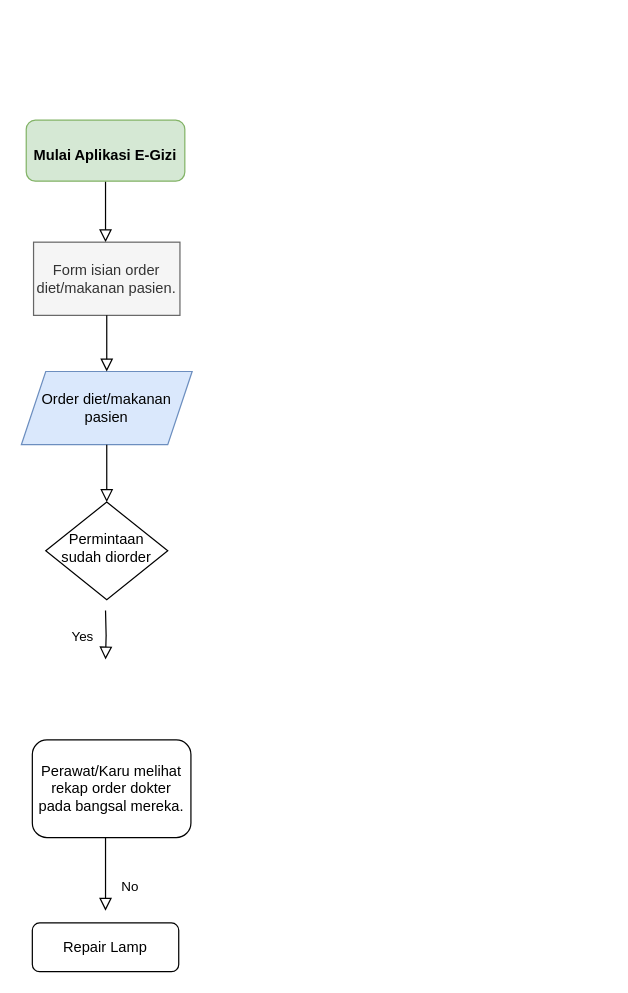
Before: Untitled Diagram.drawio in YogaAPSY/blog, a draw.io diagram. Source tidied: cells renumbered, new cells numbered last; positions are measured from the earlier drawing's top-left corner, leaving out a move shared by most shapes. Both pictures are drawn from the tidied source at 122%, with x=0, y=0 at pixel (21, 120).
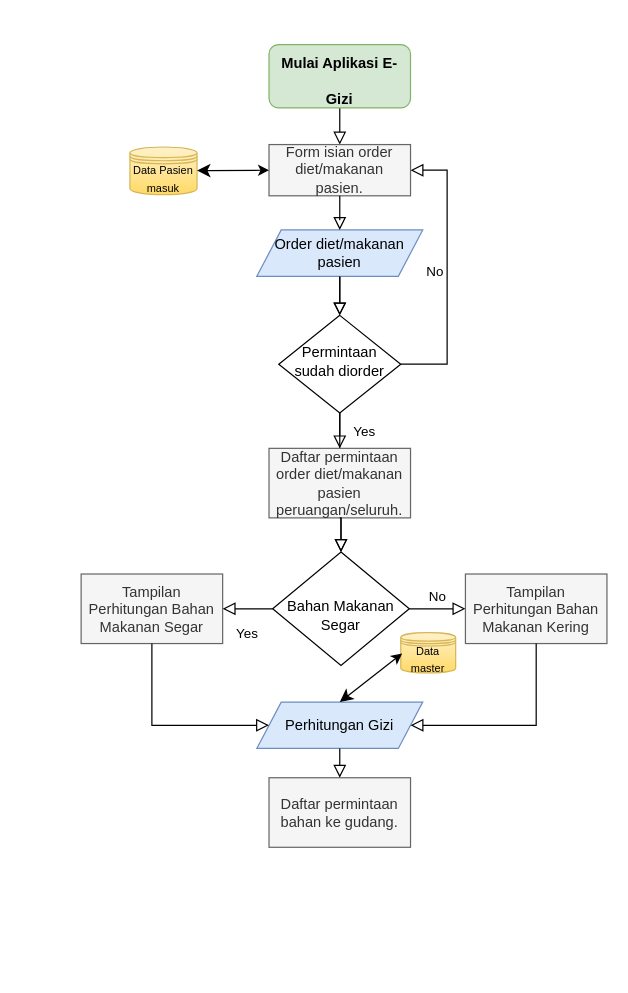
Above is the later version.

Change to the diagram source:
```diff
@@
-    <mxCell id="2" style="rounded=0;html=1;jettySize=auto;fontSize=11;endArrow=block;endFill=0;endSize=8;strokeWidth=1;shadow=0;labelBackgroundColor=none;edgeStyle=orthogonalEdgeStyle;exitX=0.5;exitY=1;exitDx=0;exitDy=0;" parent="1" edge="1" source="3">
-      <mxGeometry relative="1" as="geometry">
-        <mxPoint x="69" y="100" as="targetPoint" />
-      </mxGeometry>
+    <mxCell id="2" style="rounded=0;html=1;jettySize=auto;fontSize=11;endArrow=block;endFill=0;endSize=8;strokeWidth=1;shadow=0;labelBackgroundColor=none;edgeStyle=orthogonalEdgeStyle;exitX=0.5;exitY=1;exitDx=0;exitDy=0;entryX=0.5;entryY=0;entryDx=0;entryDy=0;" parent="1" edge="1" source="3" target="9">
+      <mxGeometry relative="1" as="geometry" />
     </mxCell>
     <mxCell id="3" value="&lt;h1&gt;&lt;font style=&quot;font-size: 12px&quot;&gt;Mulai Aplikasi E-Gizi&lt;/font&gt;&lt;/h1&gt;" style="rounded=1;whiteSpace=wrap;html=1;fontSize=12;glass=0;strokeWidth=1;shadow=0;fillColor=#d5e8d4;fontStyle=1;strokeColor=#82b366;" parent="1" vertex="1">
-      <mxGeometry x="4" width="130" height="50" as="geometry" />
+      <mxGeometry x="203" y="-62" width="116" height="52" as="geometry" />
     </mxCell>
-    <mxCell id="4" value="Yes" style="rounded=0;html=1;jettySize=auto;orthogonalLoop=1;fontSize=11;endArrow=block;endFill=0;endSize=8;strokeWidth=1;shadow=0;labelBackgroundColor=none;edgeStyle=orthogonalEdgeStyle;" parent="1" edge="1">
-      <mxGeometry y="20" relative="1" as="geometry">
-        <mxPoint x="69" y="402" as="sourcePoint" />
-        <mxPoint x="69" y="442" as="targetPoint" />
-      </mxGeometry>
+    <mxCell id="4" value="Yes" style="rounded=0;html=1;jettySize=auto;fontSize=11;endArrow=block;endFill=0;endSize=8;strokeWidth=1;shadow=0;labelBackgroundColor=none;edgeStyle=orthogonalEdgeStyle;exitX=0.5;exitY=1;exitDx=0;exitDy=0;entryX=0.5;entryY=0;entryDx=0;entryDy=0;" parent="1" edge="1" source="5" target="15">
+      <mxGeometry y="20" relative="1" as="geometry" />
     </mxCell>
+    <mxCell id="13" style="edgeStyle=orthogonalEdgeStyle;shape=connector;rounded=0;jettySize=auto;html=1;shadow=0;labelBackgroundColor=none;labelBorderColor=none;fontFamily=Helvetica;fontSize=5;fontColor=default;endArrow=block;endFill=0;endSize=8;strokeColor=default;strokeWidth=1;" parent="1" edge="1" source="5" target="25">
+      <mxGeometry relative="1" as="geometry" />
+    </mxCell>
     <mxCell id="5" value="Permintaan sudah diorder" style="rhombus;whiteSpace=wrap;html=1;shadow=0;fontFamily=Helvetica;fontSize=12;align=center;strokeWidth=1;spacing=6;spacingTop=-4;" parent="1" vertex="1">
-      <mxGeometry x="20" y="313" width="100" height="80" as="geometry" />
+      <mxGeometry x="211" y="160" width="100" height="80" as="geometry" />
     </mxCell>
-    <mxCell id="6" value="No" style="rounded=0;html=1;jettySize=auto;orthogonalLoop=1;fontSize=11;endArrow=block;endFill=0;endSize=8;strokeWidth=1;shadow=0;labelBackgroundColor=none;edgeStyle=orthogonalEdgeStyle;" parent="1" edge="1">
-      <mxGeometry x="0.33" y="20" relative="1" as="geometry">
-        <mxPoint x="69" y="588" as="sourcePoint" />
-        <mxPoint x="69" y="648" as="targetPoint" />
-      </mxGeometry>
-    </mxCell>
-    <mxCell id="7" value="Repair Lamp" style="rounded=1;whiteSpace=wrap;html=1;fontSize=12;glass=0;strokeWidth=1;shadow=0;" parent="1" vertex="1">
-      <mxGeometry x="9" y="658" width="120" height="40" as="geometry" />
-    </mxCell>
-    <mxCell id="8" value="Perawat/Karu melihat rekap order dokter pada bangsal mereka." style="rounded=1;whiteSpace=wrap;html=1;fontSize=12;glass=0;strokeWidth=1;shadow=0;" parent="1" vertex="1">
-      <mxGeometry x="9" y="508" width="130" height="80" as="geometry" />
-    </mxCell>
     <mxCell id="9" value="Form isian order diet/makanan pasien." style="rounded=0;whiteSpace=wrap;html=1;fillColor=#f5f5f5;strokeColor=#666666;fontColor=#333333;" parent="1" vertex="1">
-      <mxGeometry x="10" y="100" width="120" height="60" as="geometry" />
+      <mxGeometry x="203" y="20" width="116" height="42" as="geometry" />
     </mxCell>
+    <mxCell id="14" style="edgeStyle=orthogonalEdgeStyle;shape=connector;rounded=0;jettySize=auto;html=1;shadow=0;labelBackgroundColor=none;labelBorderColor=none;fontFamily=Helvetica;fontSize=5;fontColor=default;endArrow=block;endFill=0;endSize=8;strokeColor=default;strokeWidth=1;" parent="1" edge="1" source="10" target="5">
+      <mxGeometry relative="1" as="geometry" />
+    </mxCell>
     <mxCell id="10" value="Order diet/makanan pasien" style="shape=parallelogram;perimeter=parallelogramPerimeter;whiteSpace=wrap;html=1;fixedSize=1;fontSize=12;fillColor=#dae8fc;strokeColor=#6c8ebf;" parent="1" vertex="1">
-      <mxGeometry y="206" width="140" height="60" as="geometry" />
+      <mxGeometry x="193" y="90" width="136" height="38" as="geometry" />
     </mxCell>
@@
+    <mxCell id="15" value="Daftar permintaan order diet/makanan pasien peruangan/seluruh." style="rounded=0;whiteSpace=wrap;html=1;fillColor=#f5f5f5;strokeColor=#666666;fontColor=#333333;" parent="1" vertex="1">
+      <mxGeometry x="203" y="269" width="116" height="57" as="geometry" />
+    </mxCell>
+    <mxCell id="16" value="No" style="edgeStyle=orthogonalEdgeStyle;rounded=0;html=1;jettySize=auto;fontSize=11;endArrow=block;endFill=0;endSize=8;strokeWidth=1;shadow=0;labelBackgroundColor=none;exitX=1;exitY=0.5;exitDx=0;exitDy=0;entryX=1;entryY=0.5;entryDx=0;entryDy=0;" parent="1" edge="1" source="5" target="9">
+      <mxGeometry y="10" relative="1" as="geometry">
+        <Array as="points">
+          <mxPoint x="349" y="200" />
+          <mxPoint x="349" y="41" />
+        </Array>
+      </mxGeometry>
+    </mxCell>
+    <mxCell id="17" value="&lt;font style=&quot;font-size: 9px&quot;&gt;Data Pasien masuk&lt;/font&gt;" style="shape=datastore;whiteSpace=wrap;html=1;fontFamily=Helvetica;fontSize=11;fillColor=#fff2cc;gradientColor=#ffd966;strokeColor=#d6b656;" parent="1" vertex="1">
+      <mxGeometry x="89" y="22" width="55" height="39" as="geometry" />
+    </mxCell>
+    <mxCell id="18" style="endArrow=classic;startArrow=classic;html=1;rounded=0;shadow=0;labelBackgroundColor=none;labelBorderColor=none;fontFamily=Helvetica;fontSize=9;fontColor=default;endSize=8;strokeColor=default;strokeWidth=1;shape=connector;exitX=0;exitY=0.5;exitDx=0;exitDy=0;" parent="1" edge="1" source="9" target="17">
+      <mxGeometry relative="1" as="geometry" />
+    </mxCell>
+    <mxCell id="19" style="rounded=0;html=1;jettySize=auto;fontSize=11;endArrow=block;endFill=0;endSize=8;strokeWidth=1;shadow=0;labelBackgroundColor=none;edgeStyle=orthogonalEdgeStyle;exitX=0.5;exitY=1;exitDx=0;exitDy=0;entryX=0.5;entryY=0;entryDx=0;entryDy=0;" parent="1" edge="1" source="15" target="25">
+      <mxGeometry relative="1" as="geometry" />
+    </mxCell>
+    <mxCell id="20" value="Perhitungan Gizi" style="shape=parallelogram;perimeter=parallelogramPerimeter;whiteSpace=wrap;html=1;fixedSize=1;fontSize=12;fillColor=#dae8fc;strokeColor=#6c8ebf;" parent="1" vertex="1">
+      <mxGeometry x="193" y="477" width="136" height="38" as="geometry" />
+    </mxCell>
+    <mxCell id="21" value="&lt;font style=&quot;font-size: 9px&quot;&gt;Data master&lt;/font&gt;" style="shape=datastore;whiteSpace=wrap;html=1;fontFamily=Helvetica;fontSize=11;fillColor=#fff2cc;gradientColor=#ffd966;strokeColor=#d6b656;" parent="1" vertex="1">
+      <mxGeometry x="311" y="420" width="45" height="33" as="geometry" />
+    </mxCell>
+    <mxCell id="22" style="endArrow=classic;startArrow=classic;html=1;rounded=0;shadow=0;labelBackgroundColor=none;labelBorderColor=none;fontFamily=Helvetica;fontSize=9;fontColor=default;endSize=8;strokeColor=default;strokeWidth=1;shape=connector;exitX=0.024;exitY=0.521;exitDx=0;exitDy=0;exitPerimeter=0;entryX=0.5;entryY=0;entryDx=0;entryDy=0;" parent="1" edge="1" source="21" target="20">
+      <mxGeometry relative="1" as="geometry" />
+    </mxCell>
+    <mxCell id="23" value="Tampilan Perhitungan Bahan Makanan Segar" style="rounded=0;whiteSpace=wrap;html=1;fillColor=#f5f5f5;strokeColor=#666666;fontColor=#333333;" parent="1" vertex="1">
+      <mxGeometry x="49" y="372" width="116" height="57" as="geometry" />
+    </mxCell>
+    <mxCell id="24" value="Tampilan Perhitungan Bahan Makanan Kering" style="rounded=0;whiteSpace=wrap;html=1;fillColor=#f5f5f5;strokeColor=#666666;fontColor=#333333;" parent="1" vertex="1">
+      <mxGeometry x="364" y="372" width="116" height="57" as="geometry" />
+    </mxCell>
+    <mxCell id="25" value="&lt;br&gt;Bahan Makanan Segar" style="rhombus;whiteSpace=wrap;html=1;shadow=0;fontFamily=Helvetica;fontSize=12;align=center;strokeWidth=1;spacing=6;spacingTop=-4;" parent="1" vertex="1">
+      <mxGeometry x="206" y="354" width="112" height="93" as="geometry" />
+    </mxCell>
+    <mxCell id="26" value="Yes" style="rounded=0;html=1;jettySize=auto;fontSize=11;endArrow=block;endFill=0;endSize=8;strokeWidth=1;shadow=0;labelBackgroundColor=none;edgeStyle=orthogonalEdgeStyle;exitX=0;exitY=0.5;exitDx=0;exitDy=0;entryX=1;entryY=0.5;entryDx=0;entryDy=0;" parent="1" edge="1" source="25" target="23">
+      <mxGeometry y="20" relative="1" as="geometry" />
+    </mxCell>
+    <mxCell id="27" value="No" style="edgeStyle=orthogonalEdgeStyle;rounded=0;html=1;jettySize=auto;fontSize=11;endArrow=block;endFill=0;endSize=8;strokeWidth=1;shadow=0;labelBackgroundColor=none;exitX=1;exitY=0.5;exitDx=0;exitDy=0;entryX=0;entryY=0.5;entryDx=0;entryDy=0;" parent="1" edge="1" source="25" target="24">
+      <mxGeometry y="10" relative="1" as="geometry" />
+    </mxCell>
+    <mxCell id="28" style="rounded=0;html=1;jettySize=auto;fontSize=11;endArrow=block;endFill=0;endSize=8;strokeWidth=1;shadow=0;labelBackgroundColor=none;edgeStyle=orthogonalEdgeStyle;exitX=0.5;exitY=1;exitDx=0;exitDy=0;entryX=0;entryY=0.5;entryDx=0;entryDy=0;" parent="1" edge="1" source="23" target="20">
+      <mxGeometry relative="1" as="geometry">
+        <Array as="points">
+          <mxPoint x="107" y="496" />
+        </Array>
+      </mxGeometry>
+    </mxCell>
+    <mxCell id="29" style="rounded=0;html=1;jettySize=auto;fontSize=11;endArrow=block;endFill=0;endSize=8;strokeWidth=1;shadow=0;labelBackgroundColor=none;edgeStyle=orthogonalEdgeStyle;exitX=0.5;exitY=1;exitDx=0;exitDy=0;entryX=1;entryY=0.5;entryDx=0;entryDy=0;" parent="1" edge="1" source="24" target="20">
+      <mxGeometry relative="1" as="geometry">
+        <Array as="points">
+          <mxPoint x="422" y="496" />
+        </Array>
+      </mxGeometry>
+    </mxCell>
+    <mxCell id="30" value="Daftar permintaan bahan ke gudang." style="rounded=0;whiteSpace=wrap;html=1;fillColor=#f5f5f5;strokeColor=#666666;fontColor=#333333;" parent="1" vertex="1">
+      <mxGeometry x="203" y="539" width="116" height="57" as="geometry" />
+    </mxCell>
+    <mxCell id="31" style="rounded=0;html=1;jettySize=auto;fontSize=11;endArrow=block;endFill=0;endSize=8;strokeWidth=1;shadow=0;labelBackgroundColor=none;edgeStyle=orthogonalEdgeStyle;exitX=0.5;exitY=1;exitDx=0;exitDy=0;entryX=0.5;entryY=0;entryDx=0;entryDy=0;" parent="1" edge="1" source="20" target="30">
+      <mxGeometry relative="1" as="geometry" />
+    </mxCell>
```
